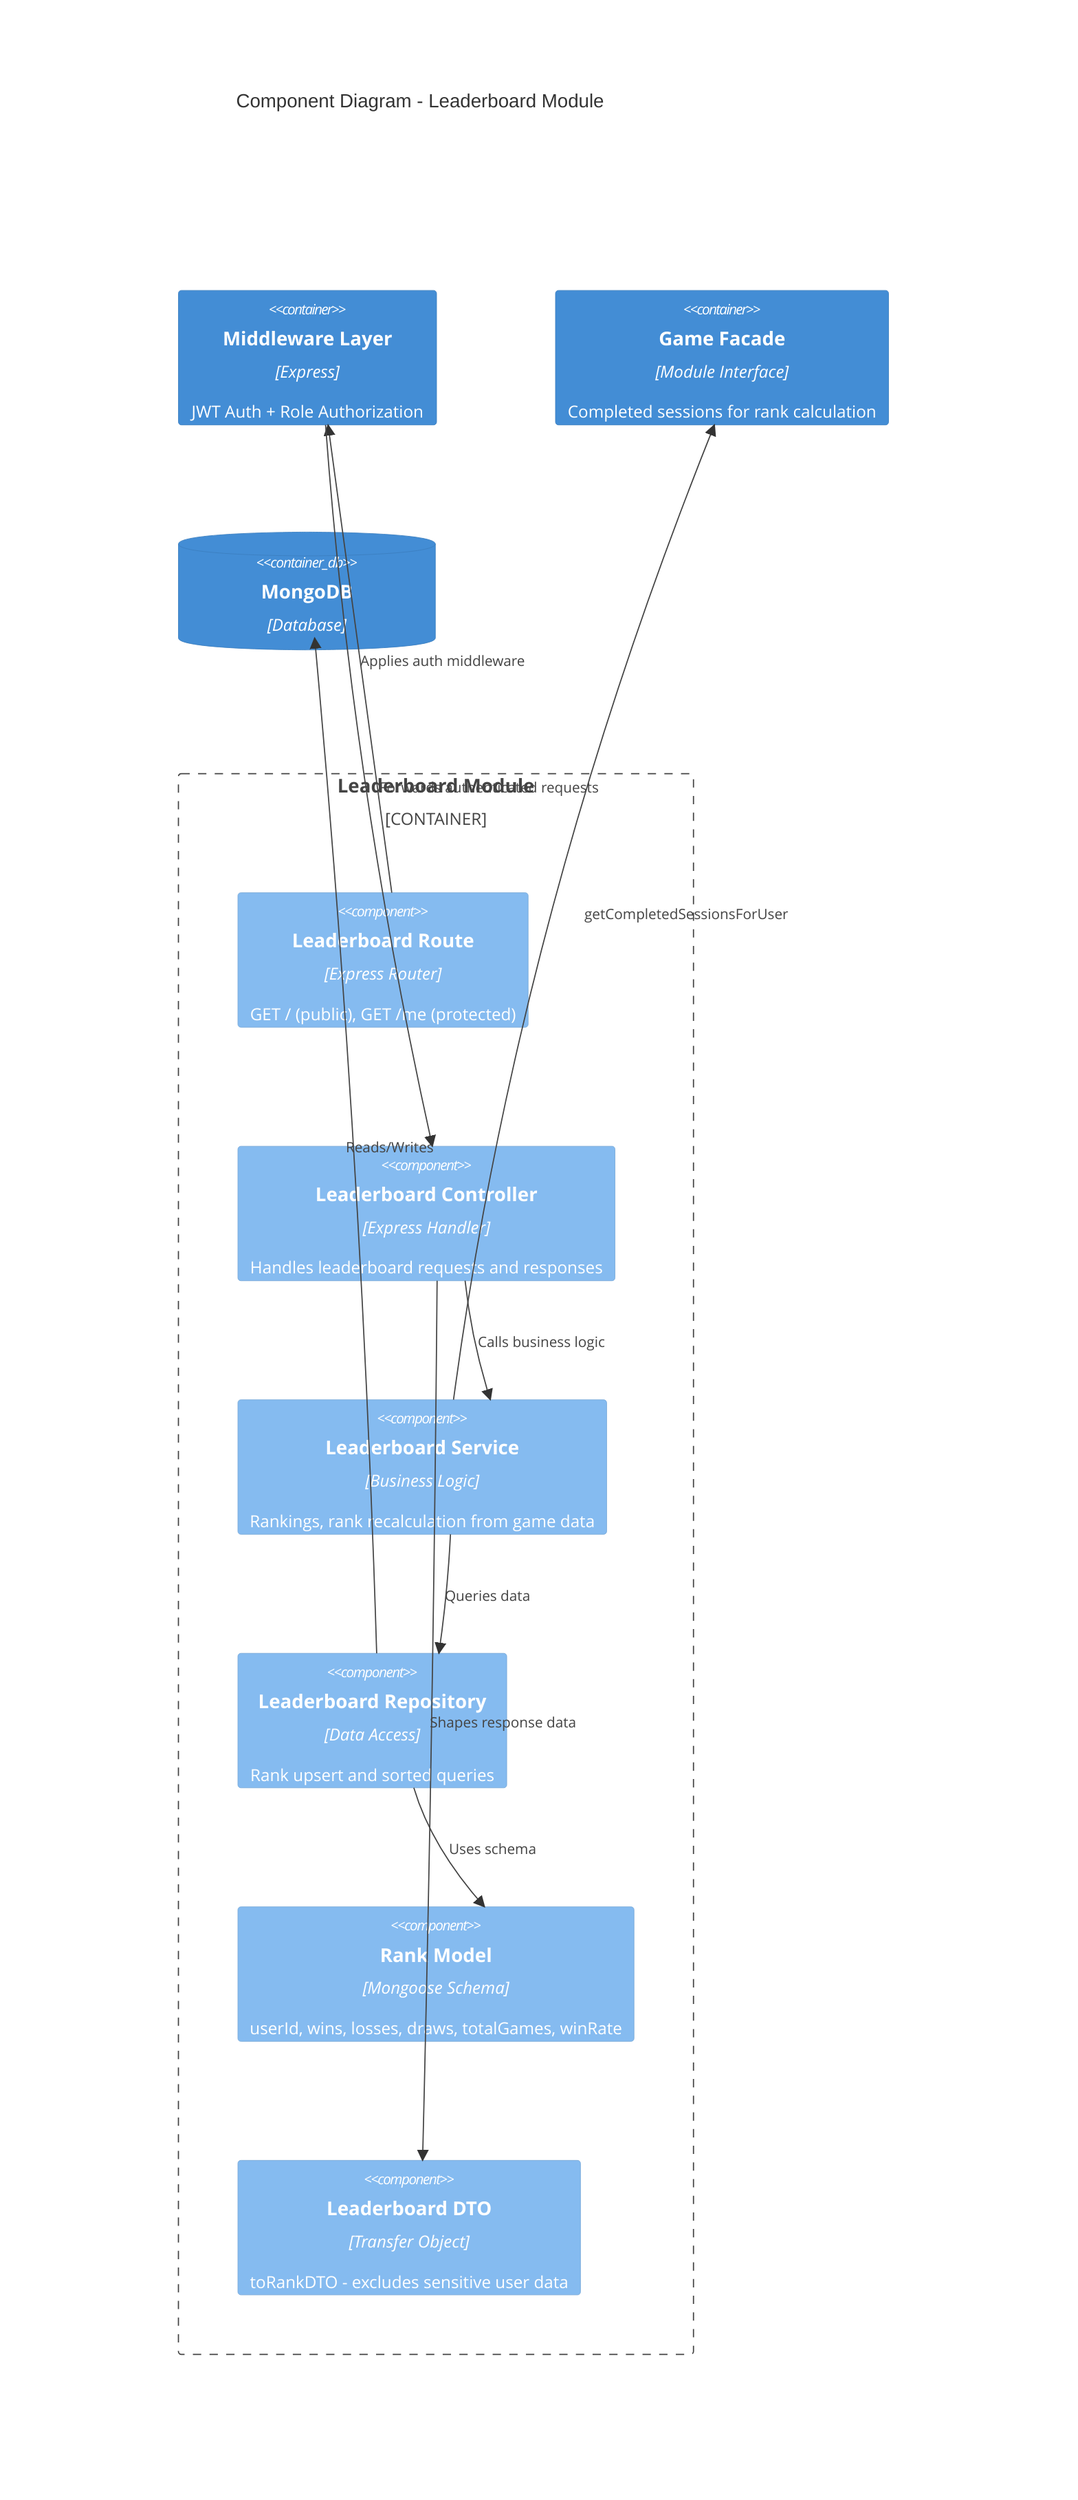
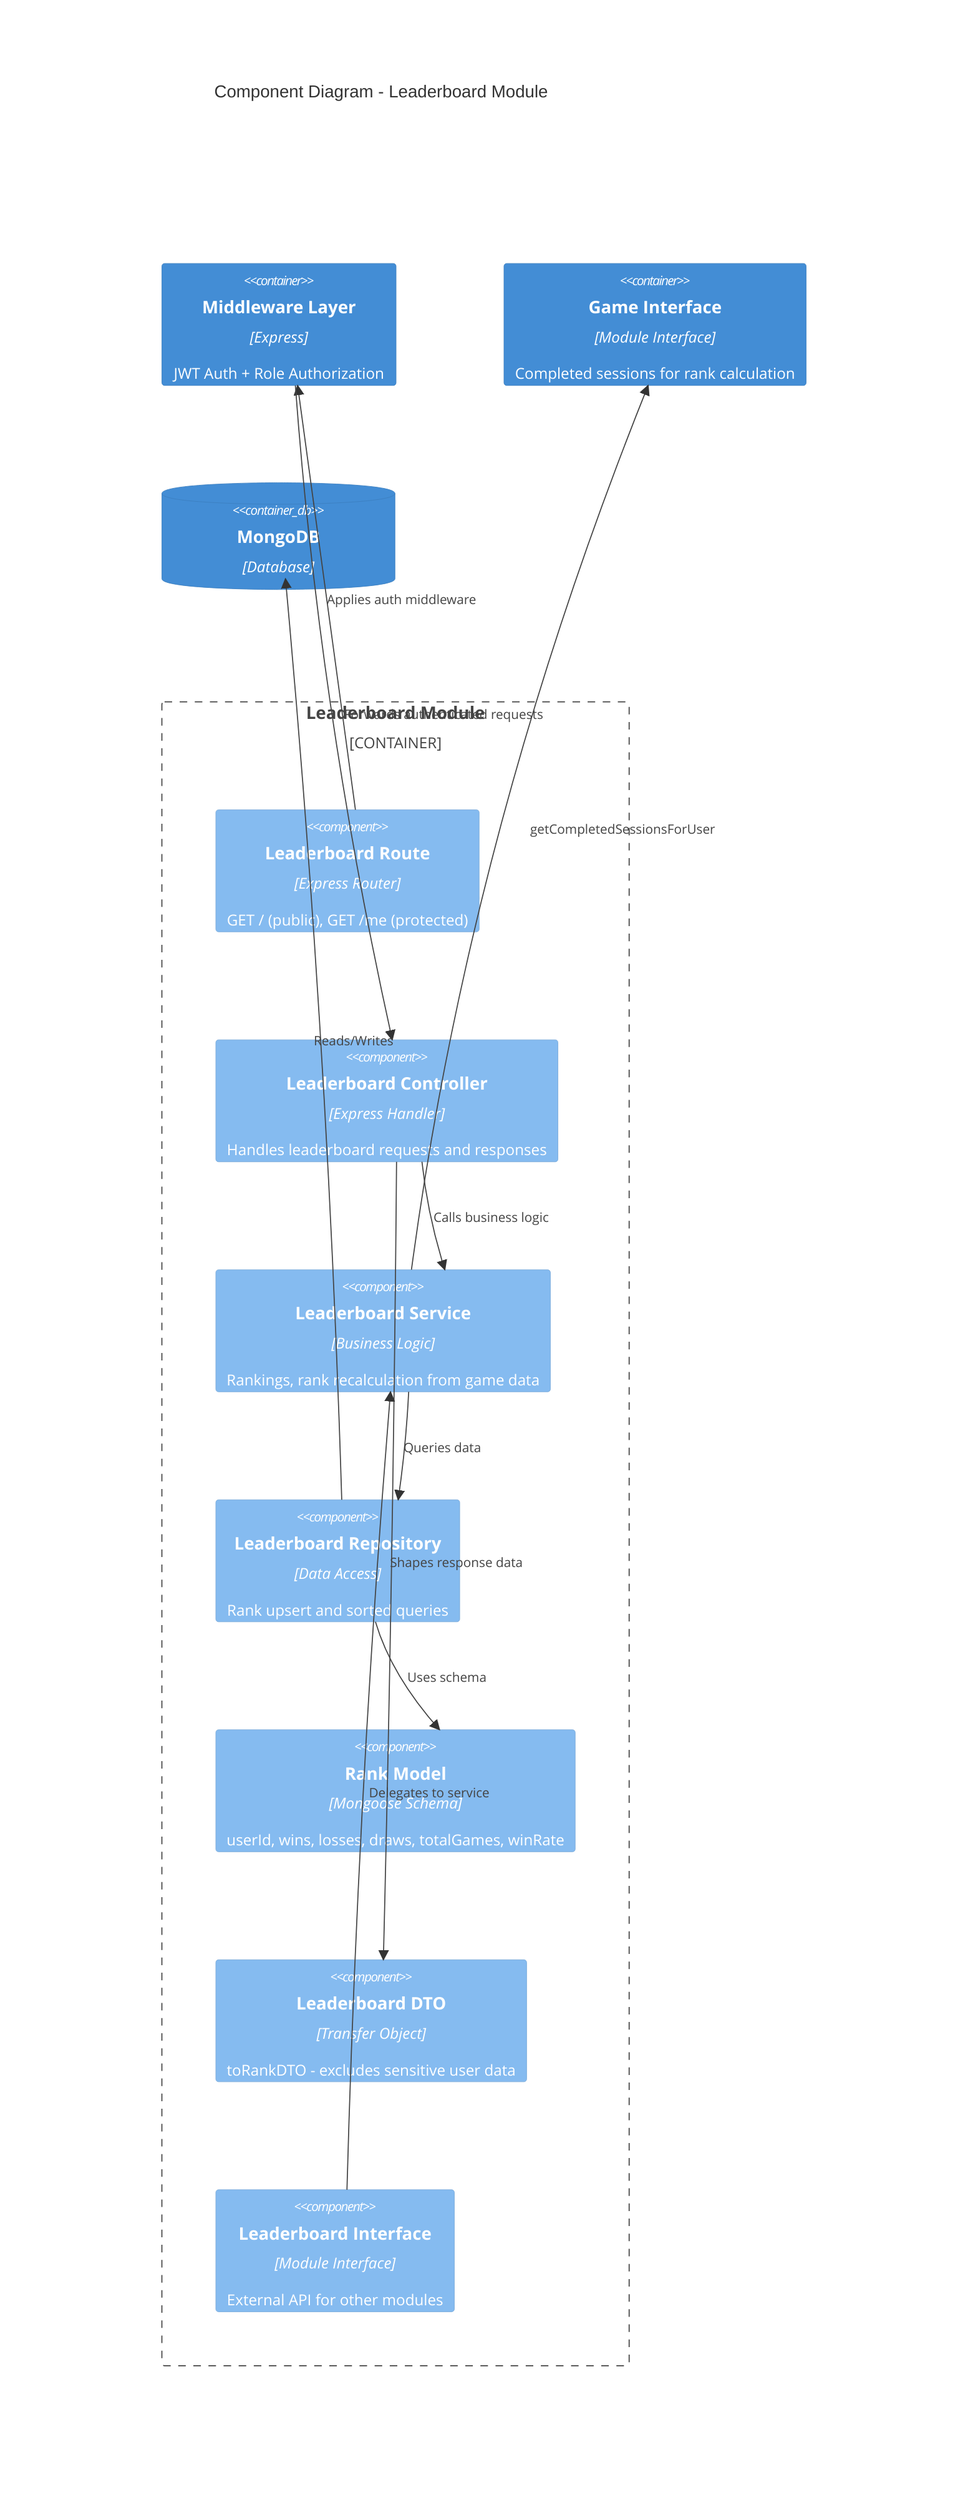
C4Component
    title Component Diagram - Leaderboard Module

    Container(mw, "Middleware Layer", "Express", "JWT Auth + Role Authorization")

    Container_Boundary(leaderboard, "Leaderboard Module") {
        Component(route, "Leaderboard Route", "Express Router", "GET / (public), GET /me (protected)")
        Component(controller, "Leaderboard Controller", "Express Handler", "Handles leaderboard requests and responses")
        Component(service, "Leaderboard Service", "Business Logic", "Rankings, rank recalculation from game data")
        Component(repository, "Leaderboard Repository", "Data Access", "Rank upsert and sorted queries")
        Component(model, "Rank Model", "Mongoose Schema", "userId, wins, losses, draws, totalGames, winRate")
        Component(dto, "Leaderboard DTO", "Transfer Object", "toRankDTO - excludes sensitive user data")
+         Component(iface, "Leaderboard Interface", "Module Interface", "External API for other modules")
    }

-     Container(gameFacade, "Game Facade", "Module Interface", "Completed sessions for rank calculation")
+     Container(gameInterface, "Game Interface", "Module Interface", "Completed sessions for rank calculation")
    ContainerDb(db, "MongoDB", "Database")

    Rel(route, mw, "Applies auth middleware")
    Rel(mw, controller, "Forwards authenticated requests")
    Rel(controller, service, "Calls business logic")
    Rel(controller, dto, "Shapes response data")
    Rel(service, repository, "Queries data")
-     Rel(service, gameFacade, "getCompletedSessionsForUser")
+     Rel(service, gameInterface, "getCompletedSessionsForUser")
    Rel(repository, model, "Uses schema")
    Rel(repository, db, "Reads/Writes")
+     Rel(iface, service, "Delegates to service")
